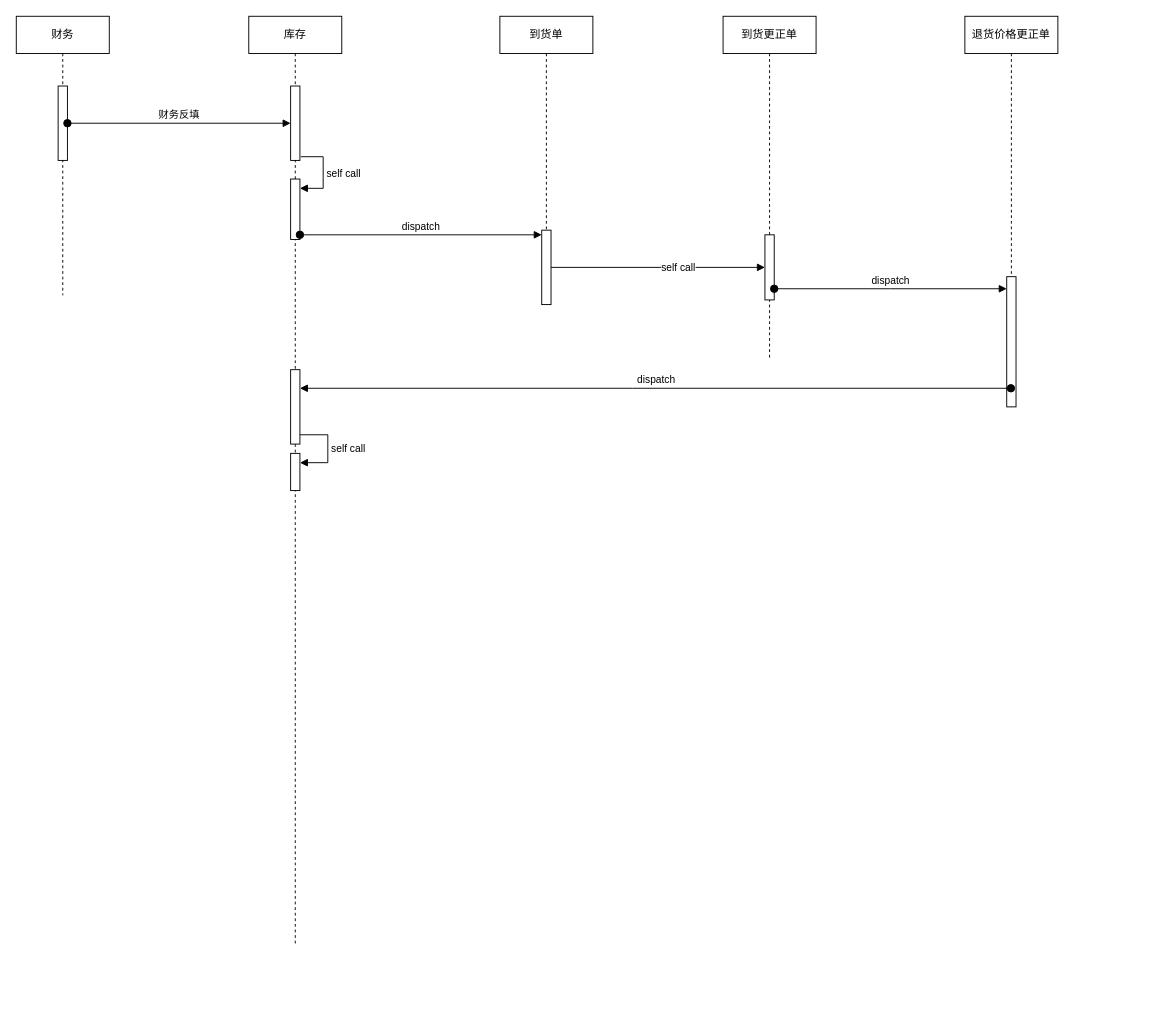
Earlier version of the draw.io diagram 未命名绘图.drawio (fengj1202/draw). Source tidied: cells renumbered, new cells numbered last; positions are measured from the earlier drawing's top-left corner, leaving out a move shared by most shapes. Both pictures are drawn from the tidied source at 93%, with x=0, y=0 at pixel (16, 16).
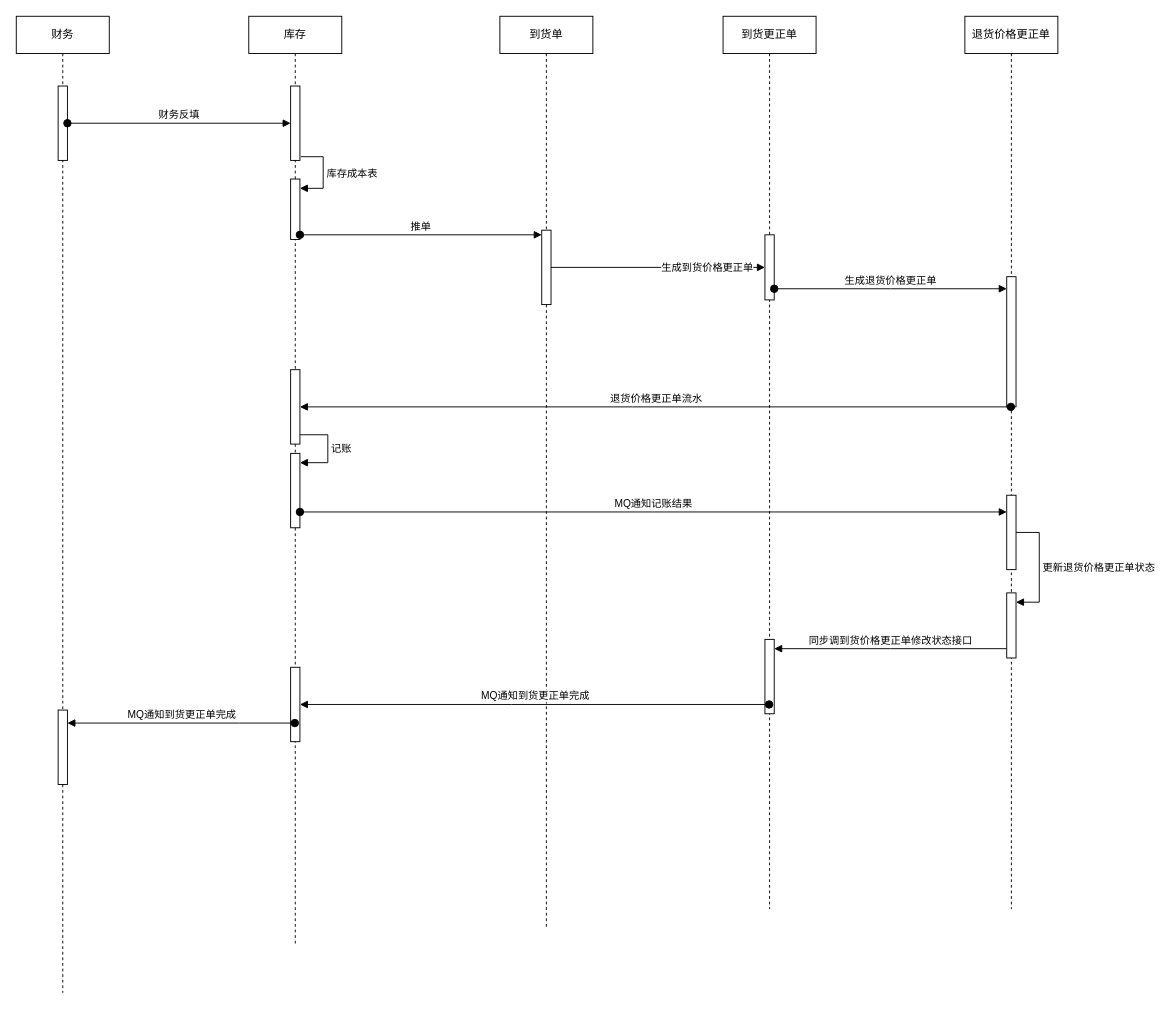
Above is the later version.

Commit message (it also covers changes not shown here):
更新未命名绘图.drawio

The change refers to these unchanged cells:
```xml
<mxCell id="4" value="库存" style="shape=umlLifeline;perimeter=lifelinePerimeter;whiteSpace=wrap;html=1;outlineConnect=0;" parent="1" vertex="1">
  <mxGeometry x="250" width="100" height="1000" as="geometry" />
</mxCell>
<mxCell id="5" style="html=1;points=[];perimeter=orthogonalPerimeter;outlineConnect=0;targetShapes=umlLifeline;portConstraint=eastwest;newEdgeStyle={&quot;edgeStyle&quot;:&quot;elbowEdgeStyle&quot;,&quot;elbow&quot;:&quot;vertical&quot;,&quot;curved&quot;:0,&quot;rounded&quot;:0};" parent="4" vertex="1">
  <mxGeometry x="45" y="75" width="10" height="80" as="geometry" />
</mxCell>
<mxCell id="6" style="html=1;points=[];perimeter=orthogonalPerimeter;outlineConnect=0;targetShapes=umlLifeline;portConstraint=eastwest;newEdgeStyle={&quot;edgeStyle&quot;:&quot;elbowEdgeStyle&quot;,&quot;elbow&quot;:&quot;vertical&quot;,&quot;curved&quot;:0,&quot;rounded&quot;:0};" parent="4" vertex="1">
  <mxGeometry x="45" y="175" width="10" height="65" as="geometry" />
</mxCell>
<mxCell id="9" style="html=1;points=[];perimeter=orthogonalPerimeter;outlineConnect=0;targetShapes=umlLifeline;portConstraint=eastwest;newEdgeStyle={&quot;edgeStyle&quot;:&quot;elbowEdgeStyle&quot;,&quot;elbow&quot;:&quot;vertical&quot;,&quot;curved&quot;:0,&quot;rounded&quot;:0};" parent="8" vertex="1">
  <mxGeometry x="45" y="230" width="10" height="80" as="geometry" />
</mxCell>
<mxCell id="11" style="html=1;points=[];perimeter=orthogonalPerimeter;outlineConnect=0;targetShapes=umlLifeline;portConstraint=eastwest;newEdgeStyle={&quot;edgeStyle&quot;:&quot;elbowEdgeStyle&quot;,&quot;elbow&quot;:&quot;vertical&quot;,&quot;curved&quot;:0,&quot;rounded&quot;:0};" parent="10" vertex="1">
  <mxGeometry x="45" y="235" width="10" height="70" as="geometry" />
</mxCell>
<mxCell id="13" style="html=1;points=[];perimeter=orthogonalPerimeter;outlineConnect=0;targetShapes=umlLifeline;portConstraint=eastwest;newEdgeStyle={&quot;edgeStyle&quot;:&quot;elbowEdgeStyle&quot;,&quot;elbow&quot;:&quot;vertical&quot;,&quot;curved&quot;:0,&quot;rounded&quot;:0};" parent="12" vertex="1">
  <mxGeometry x="45" y="280" width="10" height="140" as="geometry" />
</mxCell>
<mxCell id="18" style="html=1;points=[];perimeter=orthogonalPerimeter;outlineConnect=0;targetShapes=umlLifeline;portConstraint=eastwest;newEdgeStyle={&quot;edgeStyle&quot;:&quot;elbowEdgeStyle&quot;,&quot;elbow&quot;:&quot;vertical&quot;,&quot;curved&quot;:0,&quot;rounded&quot;:0};" parent="1" vertex="1">
  <mxGeometry x="295" y="380" width="10" height="80" as="geometry" />
</mxCell>
```

The edit, as a diff of the source:
```diff
@@
     <mxCell id="2" value="财务" style="shape=umlLifeline;perimeter=lifelinePerimeter;whiteSpace=wrap;html=1;" parent="1" vertex="1">
-      <mxGeometry width="100" height="300" as="geometry" />
+      <mxGeometry width="100" height="1050" as="geometry" />
     </mxCell>
@@
+    <mxCell id="22" style="html=1;points=[];perimeter=orthogonalPerimeter;outlineConnect=0;targetShapes=umlLifeline;portConstraint=eastwest;newEdgeStyle={&quot;edgeStyle&quot;:&quot;elbowEdgeStyle&quot;,&quot;elbow&quot;:&quot;vertical&quot;,&quot;curved&quot;:0,&quot;rounded&quot;:0};" parent="2" vertex="1">
+      <mxGeometry x="45" y="746" width="10" height="80" as="geometry" />
+    </mxCell>
@@
-    <mxCell id="7" value="self call" style="html=1;align=left;spacingLeft=2;endArrow=block;rounded=0;edgeStyle=orthogonalEdgeStyle;curved=0;rounded=0;exitX=1.1;exitY=0.95;exitDx=0;exitDy=0;exitPerimeter=0;" parent="4" edge="1" source="5" target="6">
+    <mxCell id="7" value="库存成本表" style="html=1;align=left;spacingLeft=2;endArrow=block;rounded=0;edgeStyle=orthogonalEdgeStyle;curved=0;rounded=0;exitX=1.1;exitY=0.95;exitDx=0;exitDy=0;exitPerimeter=0;" parent="4" edge="1" source="5" target="6">
       <mxGeometry relative="1" as="geometry">
         <Array as="points">
           <mxPoint x="80" y="151" />
           <mxPoint x="80" y="185" />
         </Array>
       </mxGeometry>
     </mxCell>
+    <mxCell id="23" style="html=1;points=[];perimeter=orthogonalPerimeter;outlineConnect=0;targetShapes=umlLifeline;portConstraint=eastwest;newEdgeStyle={&quot;edgeStyle&quot;:&quot;elbowEdgeStyle&quot;,&quot;elbow&quot;:&quot;vertical&quot;,&quot;curved&quot;:0,&quot;rounded&quot;:0};" parent="4" vertex="1">
+      <mxGeometry x="45" y="700" width="10" height="80" as="geometry" />
+    </mxCell>
     <mxCell id="8" value="到货单" style="shape=umlLifeline;perimeter=lifelinePerimeter;whiteSpace=wrap;html=1;" parent="1" vertex="1">
-      <mxGeometry x="520" width="100" height="300" as="geometry" />
+      <mxGeometry x="520" width="100" height="980" as="geometry" />
     </mxCell>
@@
     <mxCell id="10" value="到货更正单" style="shape=umlLifeline;perimeter=lifelinePerimeter;whiteSpace=wrap;html=1;outlineConnect=0;" parent="1" vertex="1">
-      <mxGeometry x="760" width="100" height="370" as="geometry" />
+      <mxGeometry x="760" width="100" height="960" as="geometry" />
     </mxCell>
@@
+    <mxCell id="24" style="html=1;points=[];perimeter=orthogonalPerimeter;outlineConnect=0;targetShapes=umlLifeline;portConstraint=eastwest;newEdgeStyle={&quot;edgeStyle&quot;:&quot;elbowEdgeStyle&quot;,&quot;elbow&quot;:&quot;vertical&quot;,&quot;curved&quot;:0,&quot;rounded&quot;:0};" parent="10" vertex="1">
+      <mxGeometry x="45" y="670" width="10" height="80" as="geometry" />
+    </mxCell>
     <mxCell id="12" value="退货价格更正单" style="shape=umlLifeline;perimeter=lifelinePerimeter;whiteSpace=wrap;html=1;outlineConnect=0;" parent="1" vertex="1">
-      <mxGeometry x="1020" width="100" height="420" as="geometry" />
+      <mxGeometry x="1020" width="100" height="960" as="geometry" />
     </mxCell>
@@
+    <mxCell id="25" style="html=1;points=[];perimeter=orthogonalPerimeter;outlineConnect=0;targetShapes=umlLifeline;portConstraint=eastwest;newEdgeStyle={&quot;edgeStyle&quot;:&quot;elbowEdgeStyle&quot;,&quot;elbow&quot;:&quot;vertical&quot;,&quot;curved&quot;:0,&quot;rounded&quot;:0};" parent="12" vertex="1">
+      <mxGeometry x="45" y="515" width="10" height="80" as="geometry" />
+    </mxCell>
+    <mxCell id="26" style="html=1;points=[];perimeter=orthogonalPerimeter;outlineConnect=0;targetShapes=umlLifeline;portConstraint=eastwest;newEdgeStyle={&quot;edgeStyle&quot;:&quot;elbowEdgeStyle&quot;,&quot;elbow&quot;:&quot;vertical&quot;,&quot;curved&quot;:0,&quot;rounded&quot;:0};" parent="12" vertex="1">
+      <mxGeometry x="45" y="620" width="10" height="70" as="geometry" />
+    </mxCell>
+    <mxCell id="27" value="更新退货价格更正单状态" style="html=1;align=left;spacingLeft=2;endArrow=block;rounded=0;edgeStyle=orthogonalEdgeStyle;curved=0;rounded=0;" parent="12" edge="1" source="25" target="26">
+      <mxGeometry relative="1" as="geometry">
+        <Array as="points">
+          <mxPoint x="80" y="555" />
+          <mxPoint x="80" y="630" />
+        </Array>
+      </mxGeometry>
+    </mxCell>
@@
-    <mxCell id="15" value="dispatch" style="html=1;verticalAlign=bottom;startArrow=oval;endArrow=block;startSize=8;edgeStyle=elbowEdgeStyle;elbow=vertical;curved=0;rounded=0;" parent="1" edge="1" source="6" target="9">
+    <mxCell id="15" value="推单" style="html=1;verticalAlign=bottom;startArrow=oval;endArrow=block;startSize=8;edgeStyle=elbowEdgeStyle;elbow=vertical;curved=0;rounded=0;" parent="1" edge="1" source="6" target="9">
       <mxGeometry relative="1" as="geometry" />
     </mxCell>
-    <mxCell id="16" value="self call" style="html=1;align=left;spacingLeft=2;endArrow=block;rounded=0;edgeStyle=orthogonalEdgeStyle;curved=0;rounded=0;" parent="1" edge="1" source="9" target="11">
+    <mxCell id="16" value="生成到货价格更正单" style="html=1;align=left;spacingLeft=2;endArrow=block;rounded=0;edgeStyle=orthogonalEdgeStyle;curved=0;rounded=0;" parent="1" edge="1" source="9" target="11">
       <mxGeometry relative="1" as="geometry" />
     </mxCell>
-    <mxCell id="17" value="dispatch" style="html=1;verticalAlign=bottom;startArrow=oval;endArrow=block;startSize=8;edgeStyle=elbowEdgeStyle;elbow=vertical;curved=0;rounded=0;" parent="1" edge="1" source="11" target="13">
+    <mxCell id="17" value="生成退货价格更正单" style="html=1;verticalAlign=bottom;startArrow=oval;endArrow=block;startSize=8;edgeStyle=elbowEdgeStyle;elbow=vertical;curved=0;rounded=0;" parent="1" edge="1" source="11" target="13">
       <mxGeometry relative="1" as="geometry" />
     </mxCell>
@@
-    <mxCell id="19" value="dispatch" style="html=1;verticalAlign=bottom;startArrow=oval;startFill=1;endArrow=block;startSize=8;edgeStyle=elbowEdgeStyle;elbow=vertical;curved=0;rounded=0;" parent="1" edge="1" source="12" target="18">
+    <mxCell id="19" value="退货价格更正单流水" style="html=1;verticalAlign=bottom;startArrow=oval;startFill=1;endArrow=block;startSize=8;edgeStyle=elbowEdgeStyle;elbow=vertical;curved=0;rounded=0;" parent="1" edge="1" source="12" target="18">
       <mxGeometry relative="1" as="geometry" />
     </mxCell>
     <mxCell id="20" style="html=1;points=[];perimeter=orthogonalPerimeter;outlineConnect=0;targetShapes=umlLifeline;portConstraint=eastwest;newEdgeStyle={&quot;edgeStyle&quot;:&quot;elbowEdgeStyle&quot;,&quot;elbow&quot;:&quot;vertical&quot;,&quot;curved&quot;:0,&quot;rounded&quot;:0};" parent="1" vertex="1">
-      <mxGeometry x="295" y="470" width="10" height="40" as="geometry" />
+      <mxGeometry x="295" y="470" width="10" height="80" as="geometry" />
     </mxCell>
-    <mxCell id="21" value="self call" style="html=1;align=left;spacingLeft=2;endArrow=block;rounded=0;edgeStyle=orthogonalEdgeStyle;curved=0;rounded=0;" parent="1" edge="1" target="20">
+    <mxCell id="21" value="记账" style="html=1;align=left;spacingLeft=2;endArrow=block;rounded=0;edgeStyle=orthogonalEdgeStyle;curved=0;rounded=0;" parent="1" edge="1" target="20">
       <mxGeometry relative="1" as="geometry">
         <mxPoint x="305" y="450" as="sourcePoint" />
         <Array as="points">
           <mxPoint x="335" y="480" />
         </Array>
       </mxGeometry>
     </mxCell>
+    <mxCell id="28" value="MQ通知记账结果" style="html=1;verticalAlign=bottom;startArrow=oval;endArrow=block;startSize=8;edgeStyle=elbowEdgeStyle;elbow=vertical;curved=0;rounded=0;" parent="1" edge="1" source="20" target="25">
+      <mxGeometry relative="1" as="geometry" />
+    </mxCell>
+    <mxCell id="29" value="同步调到货价格更正单修改状态接口" style="html=1;verticalAlign=bottom;endArrow=block;edgeStyle=elbowEdgeStyle;elbow=vertical;curved=0;rounded=0;" parent="1" edge="1" source="26" target="24">
+      <mxGeometry relative="1" as="geometry" />
+    </mxCell>
+    <mxCell id="30" value="MQ通知到货更正单完成" style="html=1;verticalAlign=bottom;startArrow=oval;startFill=1;endArrow=block;startSize=8;edgeStyle=elbowEdgeStyle;elbow=vertical;curved=0;rounded=0;" parent="1" edge="1" source="10" target="23">
+      <mxGeometry relative="1" as="geometry" />
+    </mxCell>
+    <mxCell id="31" value="MQ通知到货更正单完成" style="html=1;verticalAlign=bottom;startArrow=oval;startFill=1;endArrow=block;startSize=8;edgeStyle=elbowEdgeStyle;elbow=vertical;curved=0;rounded=0;" parent="1" edge="1" source="4" target="22">
+      <mxGeometry relative="1" as="geometry">
+        <Array as="points">
+          <mxPoint x="240" y="760" />
+          <mxPoint x="200" y="800" />
+        </Array>
+      </mxGeometry>
+    </mxCell>
```
